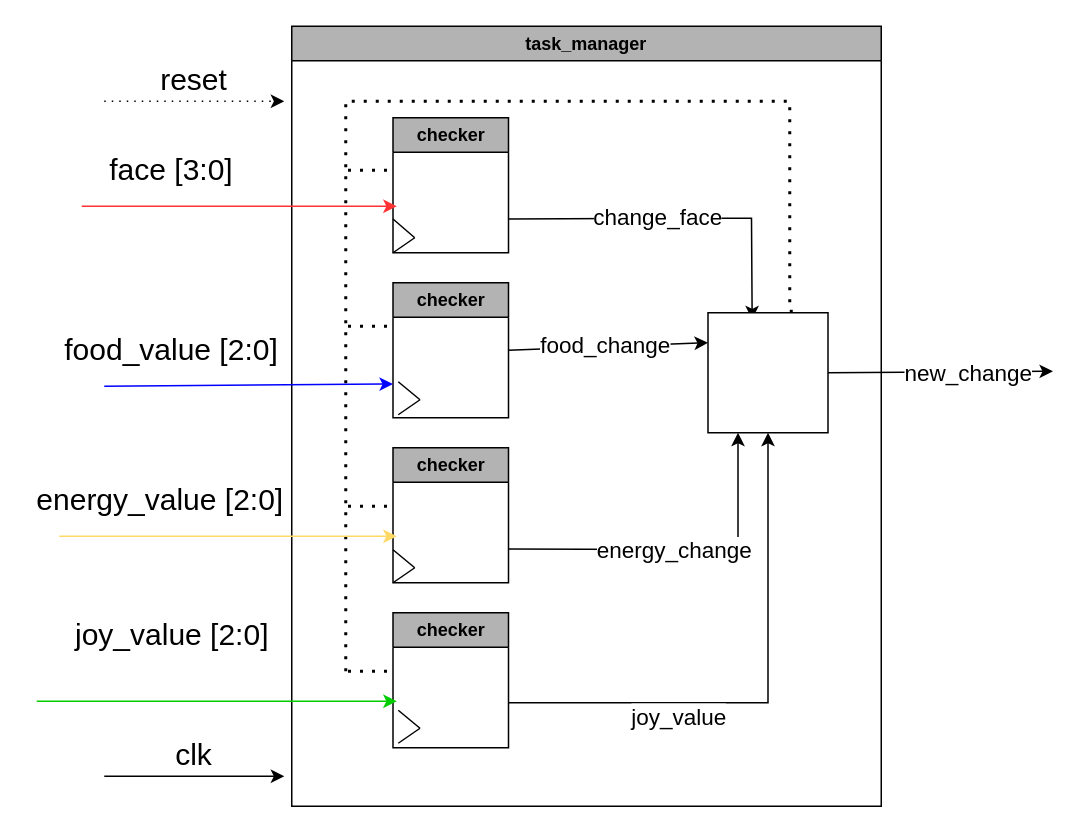
Above: page "task_manager" (5 of 6) of figs/LCD_diagramas.drawio in unal-edigital1-lab/entrega-1-proyecto-grupo01-2024-1 (draw.io), before the change. Source tidied: cells renumbered, new cells numbered last; positions are measured from the earlier drawing's top-left corner, leaving out a move shared by most shapes. Both pictures are drawn from the tidied source at 150%, with x=0, y=0 at pixel (28, 26).
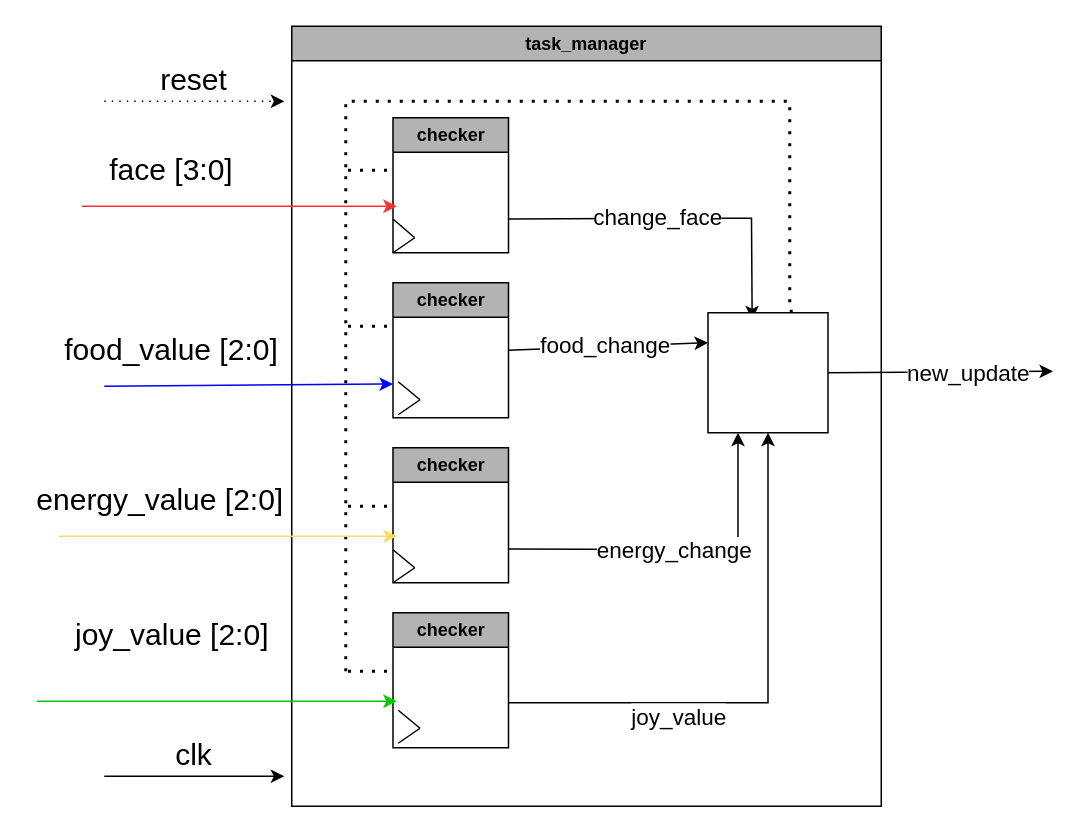
After the change.

Unchanged cells that the change refers to:
```xml
<mxCell id="38" style="endArrow=classic;html=1;rounded=0;exitX=1;exitY=0.5;exitDx=0;exitDy=0;entryX=-0.001;entryY=0.611;entryDx=0;entryDy=0;entryPerimeter=0;" parent="1" edge="1">
  <mxGeometry relative="1" as="geometry">
    <mxPoint x="532.5" y="231" as="sourcePoint" />
    <mxPoint x="682.5" y="230" as="targetPoint" />
  </mxGeometry>
</mxCell>
```

Change to the diagram source:
```diff
@@
-    <mxCell id="39" value="new_change" style="edgeLabel;html=1;align=center;verticalAlign=middle;fontSize=15;" parent="38" vertex="1">
+    <mxCell id="39" value="new_update" style="edgeLabel;html=1;align=center;verticalAlign=middle;fontSize=15;" parent="38" vertex="1">
       <mxGeometry x="0.32" y="2" relative="1" as="geometry">
         <mxPoint x="-6" y="2" as="offset" />
       </mxGeometry>
     </mxCell>
```
